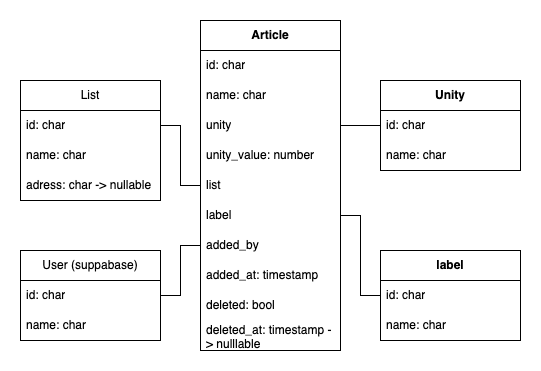
Above: conception/courses v2 DB struct.drawio.png in flobike47/app-courses-v2 (draw.io), before the change. Source tidied: cells renumbered, new cells last; positions are measured from the earlier drawing's top-left corner, leaving out a move shared by most shapes.
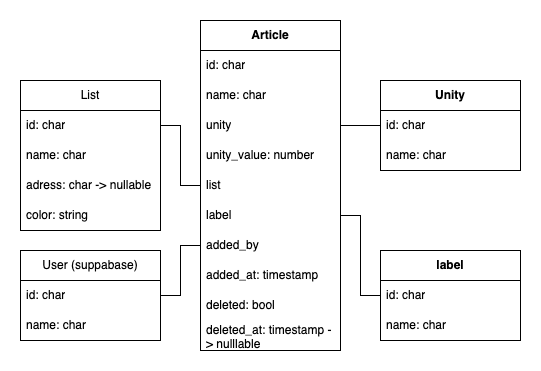
The same file after the commit.

Change to the diagram source:
```diff
@@ -3,7 +3,7 @@
     <mxCell id="0" />
     <mxCell id="1" parent="0" />
     <mxCell id="2" value="List" style="swimlane;fontStyle=0;horizontal=1;startSize=30;whiteSpace=wrap;html=1;" parent="1" vertex="1">
-      <mxGeometry y="60" width="140" height="120" as="geometry" />
+      <mxGeometry y="60" width="140" height="150" as="geometry" />
     </mxCell>
     <mxCell id="3" value="id: char" style="text;strokeColor=none;fillColor=none;align=left;verticalAlign=middle;spacingLeft=4;spacingRight=4;overflow=hidden;points=[[0,0.5],[1,0.5]];portConstraint=eastwest;whiteSpace=wrap;html=1;" parent="2" vertex="1">
       <mxGeometry y="30" width="140" height="30" as="geometry" />
@@ -14,6 +14,9 @@
     <mxCell id="5" value="adress: char -&amp;gt; nullable" style="text;strokeColor=none;fillColor=none;align=left;verticalAlign=middle;spacingLeft=4;spacingRight=4;overflow=hidden;whiteSpace=wrap;html=1;" parent="2" vertex="1">
       <mxGeometry y="90" width="140" height="30" as="geometry" />
     </mxCell>
+    <mxCell id="30" value="color: string" style="text;strokeColor=none;fillColor=none;align=left;verticalAlign=middle;spacingLeft=4;spacingRight=4;overflow=hidden;whiteSpace=wrap;html=1;" parent="2" vertex="1">
+      <mxGeometry y="120" width="140" height="30" as="geometry" />
+    </mxCell>
     <mxCell id="6" value="Article" style="swimlane;fontStyle=1;horizontal=1;startSize=30;whiteSpace=wrap;html=1;" parent="1" vertex="1">
       <mxGeometry x="180" width="140" height="330" as="geometry" />
     </mxCell>
```
